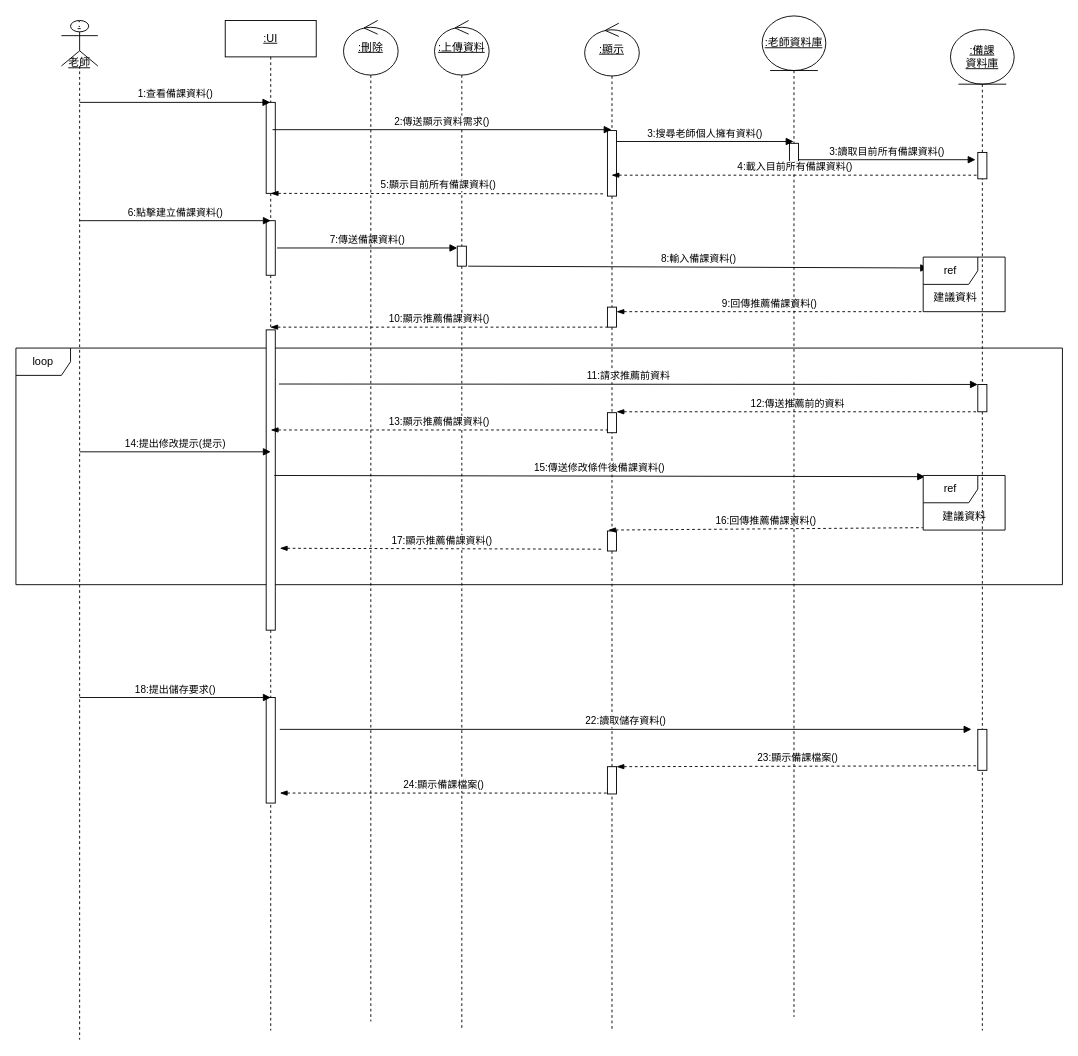
Before: 循序圖(建立備課資料-AC)-new.drawio in Kevincheng0804/System-analysis, a draw.io diagram. Source tidied: cells renumbered, new cells numbered last; positions are measured from the earlier drawing's top-left corner, leaving out a move shared by most shapes. Both pictures are drawn from the tidied source at 91%, with x=0, y=0 at pixel (15, 15).
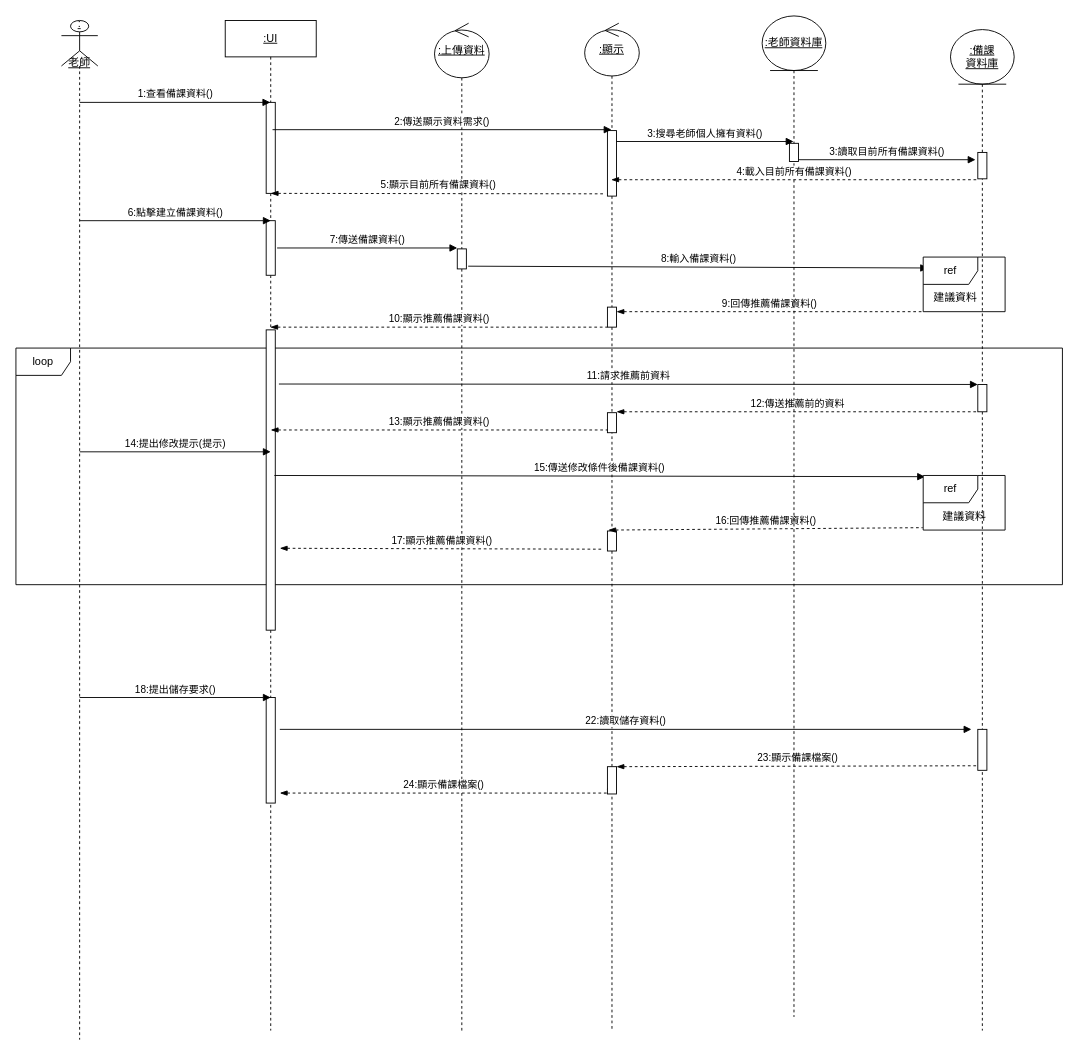
The same diagram, later.

Unchanged cells that the change refers to:
```xml
<mxCell id="11" value="&lt;u&gt;:顯示&lt;/u&gt;" style="shape=umlLifeline;perimeter=lifelinePerimeter;whiteSpace=wrap;html=1;outlineConnect=0;portConstraint=eastwest;newEdgeStyle={&quot;curved&quot;:0,&quot;rounded&quot;:0};participant=umlControl;size=58;" parent="1" vertex="1">
  <mxGeometry x="625" y="8" width="60" height="1108" as="geometry" />
</mxCell>
```

Change to the diagram source:
```diff
@@
     <mxCell id="9" value="&lt;u&gt;:上傳資料&lt;/u&gt;" style="shape=umlLifeline;perimeter=lifelinePerimeter;whiteSpace=wrap;html=1;newEdgeStyle={&quot;curved&quot;:0,&quot;rounded&quot;:0};participant=umlControl;size=60;" parent="1" vertex="1">
-      <mxGeometry x="460" y="5" width="60" height="1110" as="geometry" />
+      <mxGeometry x="460" y="8" width="60" height="1110" as="geometry" />
     </mxCell>
@@
-    <mxCell id="40" value="&lt;u&gt;:刪除&lt;/u&gt;" style="shape=umlLifeline;perimeter=lifelinePerimeter;whiteSpace=wrap;html=1;newEdgeStyle={&quot;curved&quot;:0,&quot;rounded&quot;:0};participant=umlControl;size=60;" parent="1" vertex="1">
-      <mxGeometry x="360" y="5" width="60" height="1100" as="geometry" />
-    </mxCell>
@@
-    <mxCell id="48" value="4:載入目前所有備課資料()" style="html=1;verticalAlign=bottom;endArrow=none;curved=0;rounded=0;dashed=1;startArrow=blockThin;startFill=1;endFill=0;" parent="1" edge="1" source="11">
+    <mxCell id="48" value="4:載入目前所有備課資料()" style="html=1;verticalAlign=bottom;endArrow=none;curved=0;rounded=0;dashed=1;startArrow=blockThin;startFill=1;endFill=0;" parent="1" edge="1">
       <mxGeometry relative="1" as="geometry">
-        <mxPoint x="1055.7" y="175" as="targetPoint" />
+        <mxPoint x="654.2" y="180" as="sourcePoint" />
+        <mxPoint x="1055.7" y="180" as="targetPoint" />
       </mxGeometry>
     </mxCell>
```
